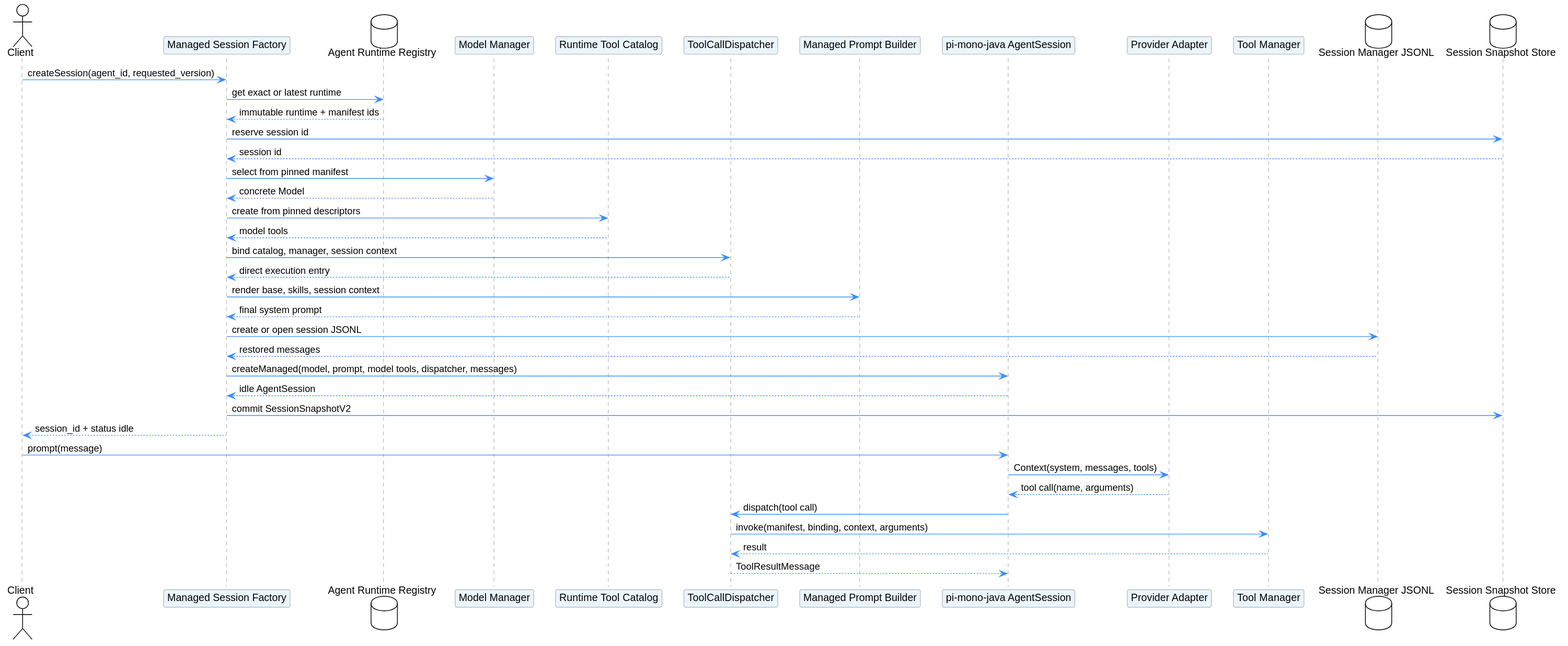
Above: managed-agent-session/pi_session_creation.svg in superheromeZzh/pi-mono-java-design (PlantUML), before the change.
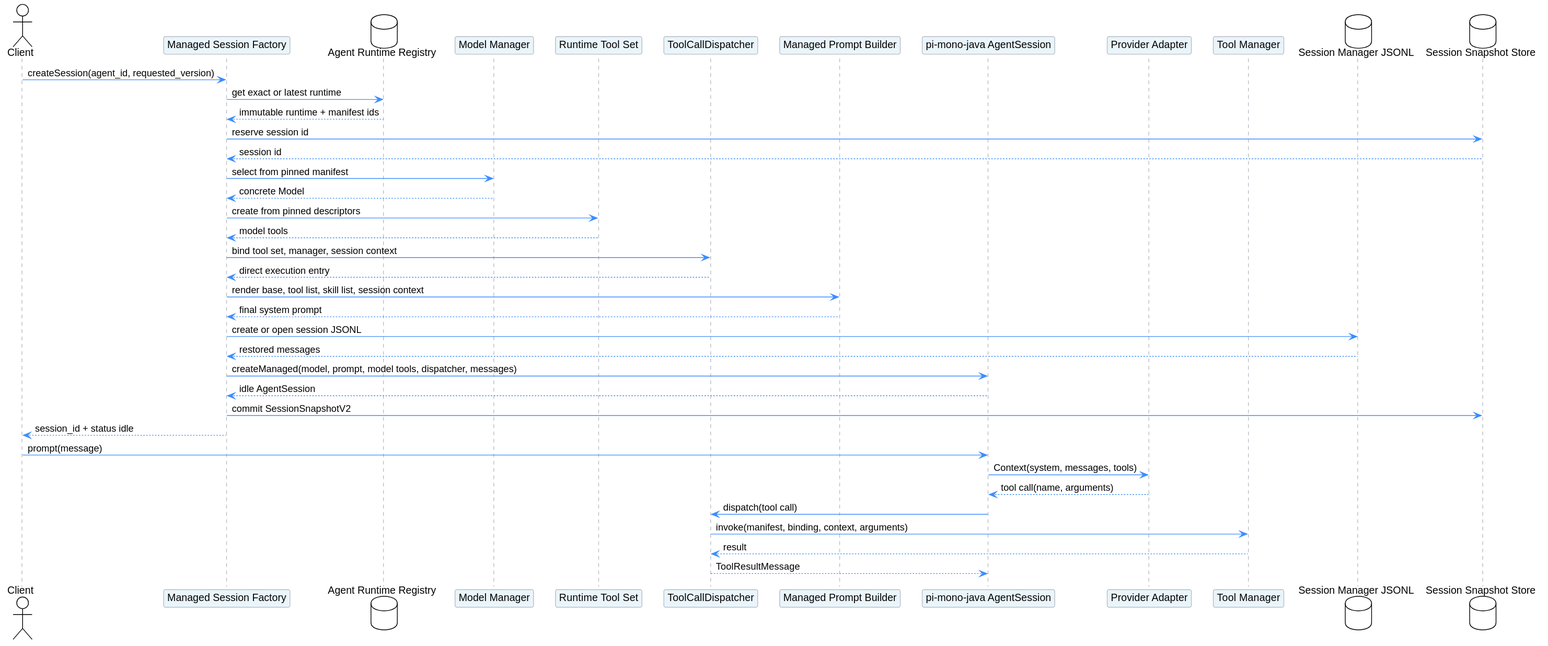
The same file after the commit.

Commit message:
docs: align managed tool and skill lists

Change to the diagram source:
```diff
@@ -12,7 +12,7 @@
 participant "Managed Session Factory" as Factory
 database "Agent Runtime Registry" as Registry
 participant "Model Manager" as ModelManager
-participant "Runtime Tool Catalog" as ToolCatalog
+participant "Runtime Tool Set" as ToolSet
 participant "ToolCallDispatcher" as Dispatcher
 participant "Managed Prompt Builder" as Prompt
 participant "pi-mono-java AgentSession" as JavaSession
@@ -28,11 +28,11 @@
 Store --> Factory: session id
 Factory -> ModelManager: select from pinned manifest
 ModelManager --> Factory: concrete Model
-Factory -> ToolCatalog: create from pinned descriptors
-ToolCatalog --> Factory: model tools
-Factory -> Dispatcher: bind catalog, manager, session context
+Factory -> ToolSet: create from pinned descriptors
+ToolSet --> Factory: model tools
+Factory -> Dispatcher: bind tool set, manager, session context
 Dispatcher --> Factory: direct execution entry
-Factory -> Prompt: render base, skills, session context
+Factory -> Prompt: render base, tool list, skill list, session context
 Prompt --> Factory: final system prompt
 Factory -> History: create or open session JSONL
 History --> Factory: restored messages
```
